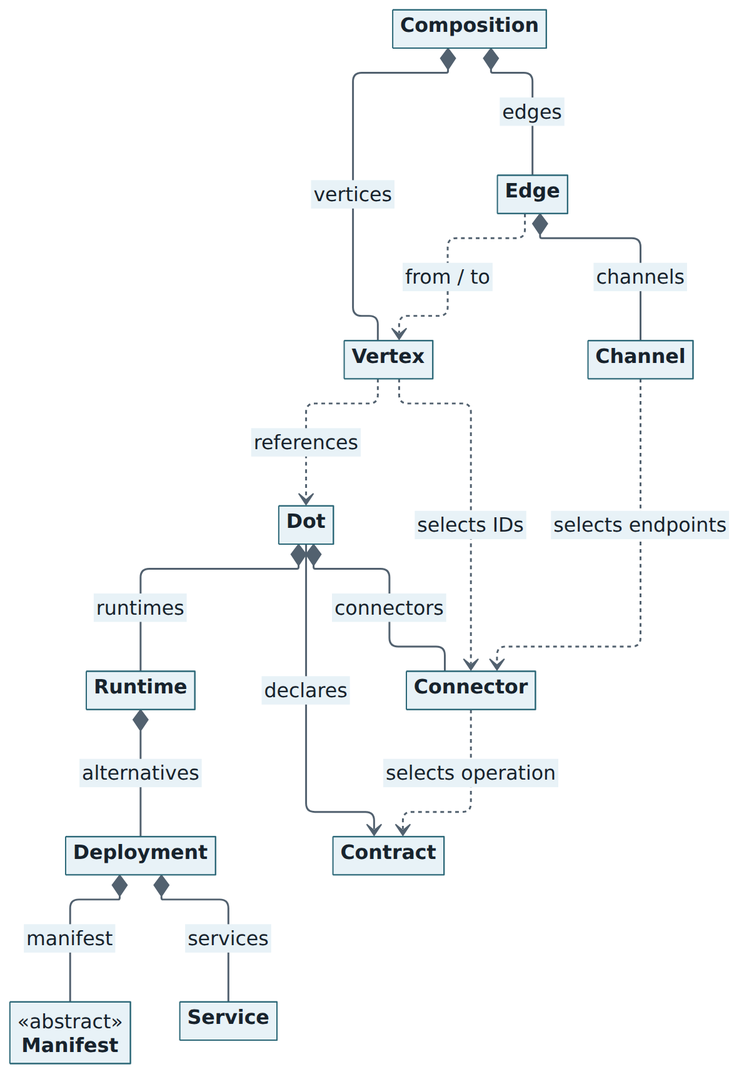
Above: DOT-Design/next/dot-design/_images/diagrams/dot-domain-overview.png in MARE-EU-Project/DOT-Docs (Mermaid), before the change. Its source is kept beside it as DOT-Design/next/dot-design/_attachments/diagrams/dot-domain-overview.mmd.
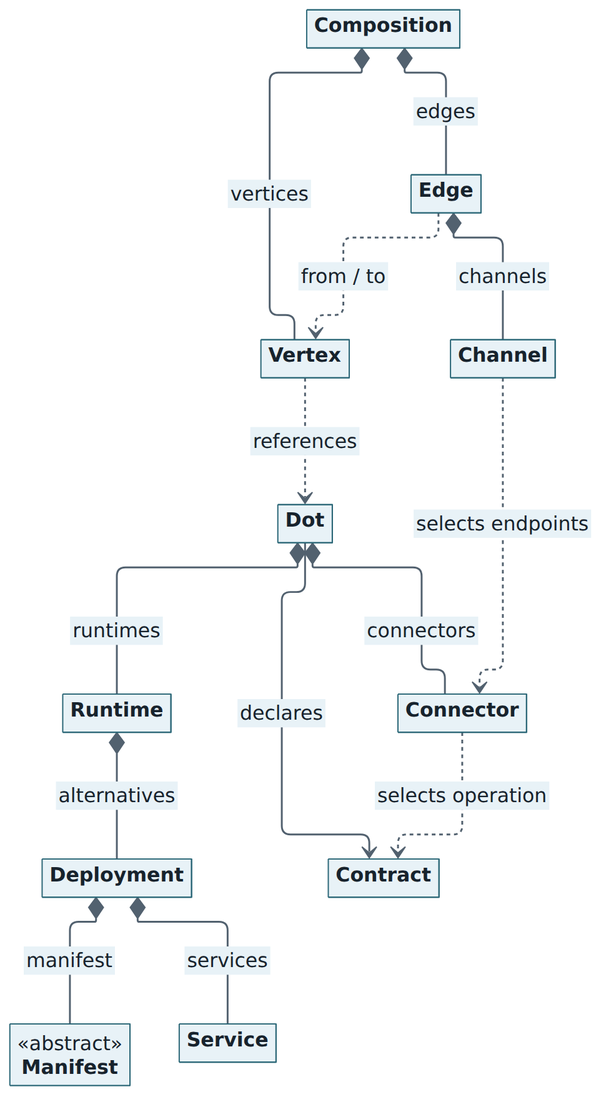
Later version of the same file.

The edit, as a diff of the source:
```diff
@@ -30,7 +30,6 @@
   Vertex ..> Dot : references
   Edge ..> Vertex : from / to
   Edge *-- Channel : channels
-  Vertex ..> Connector : selects IDs
   Channel ..> Connector : selects endpoints
   Dot --> Contract : declares
   Dot *-- Connector : connectors
```
